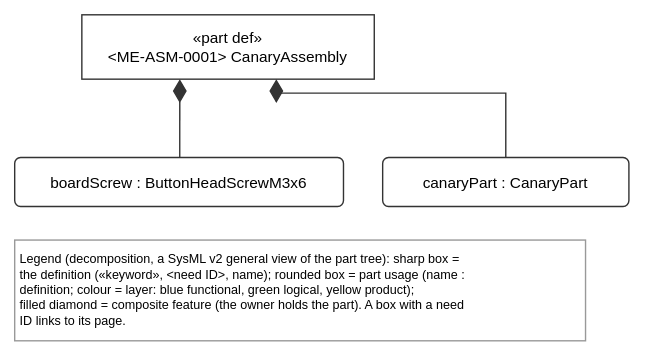
Above: views/canaryAssemblyParts.drawio.svg in tiacsys/robarm-me (draw.io), before the change. Source tidied: cells renumbered, new cells last; positions are measured from the earlier drawing's top-left corner, leaving out a move shared by most shapes.
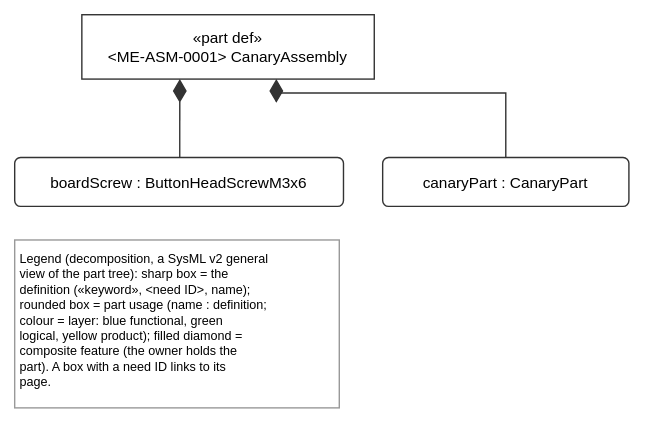
Later version of the same file.

Commit message:
ME views: canaryAssemblyParts fits a page

The committed layout was the one views build rejected (1.88 > 1.78, exit 1). With the
narrowest legend place of xdmod#82 it fits (1.56), and views build exits 0.

Diff of the diagram source:
```diff
@@ -11,8 +11,8 @@
     <mxCell id="4" value="canaryPart : CanaryPart" style="html=0;fontFamily=Helvetica;fontSize=11;strokeColor=#333333;rounded=1;arcSize=12;fillColor=#FFFFFF;verticalAlign=middle;fillColor=#FFFFFF;" parent="1" vertex="1">
       <mxGeometry x="263" y="102" width="176" height="35" as="geometry" />
     </mxCell>
-    <mxCell id="5" value="Legend (decomposition, a SysML v2 general view of the part tree): sharp box =&#10;the definition («keyword», &lt;need ID&gt;, name); rounded box = part usage (name :&#10;definition; colour = layer: blue functional, green logical, yellow product);&#10;filled diamond = composite feature (the owner holds the part). A box with a need&#10;ID links to its page." style="text;html=0;align=left;verticalAlign=top;fontFamily=Helvetica;fontSize=9;fillColor=#FFFFFF;strokeColor=#999999;spacing=4;" parent="1" vertex="1">
-      <mxGeometry y="161" width="408" height="72" as="geometry" />
+    <mxCell id="5" value="Legend (decomposition, a SysML v2 general&#10;view of the part tree): sharp box = the&#10;definition («keyword», &lt;need ID&gt;, name);&#10;rounded box = part usage (name : definition;&#10;colour = layer: blue functional, green&#10;logical, yellow product); filled diamond =&#10;composite feature (the owner holds the&#10;part). A box with a need ID links to its&#10;page." style="text;html=0;align=left;verticalAlign=top;fontFamily=Helvetica;fontSize=9;fillColor=#FFFFFF;strokeColor=#999999;spacing=4;" parent="1" vertex="1">
+      <mxGeometry y="161" width="232" height="120" as="geometry" />
     </mxCell>
     <mxCell id="6" style="html=0;rounded=0;endSize=10;startSize=14;fontFamily=Helvetica;fontSize=10;labelBackgroundColor=#FFFFFF;strokeColor=#333333;startArrow=diamondThin;startFill=1;endArrow=none;exitX=0.335;exitY=1.000;exitDx=0;exitDy=0;exitPerimeter=0;entryX=0.502;entryY=0.000;entryDx=0;entryDy=0;entryPerimeter=0;" parent="1" edge="1" source="2" target="3">
       <mxGeometry relative="1" as="geometry" />
```
